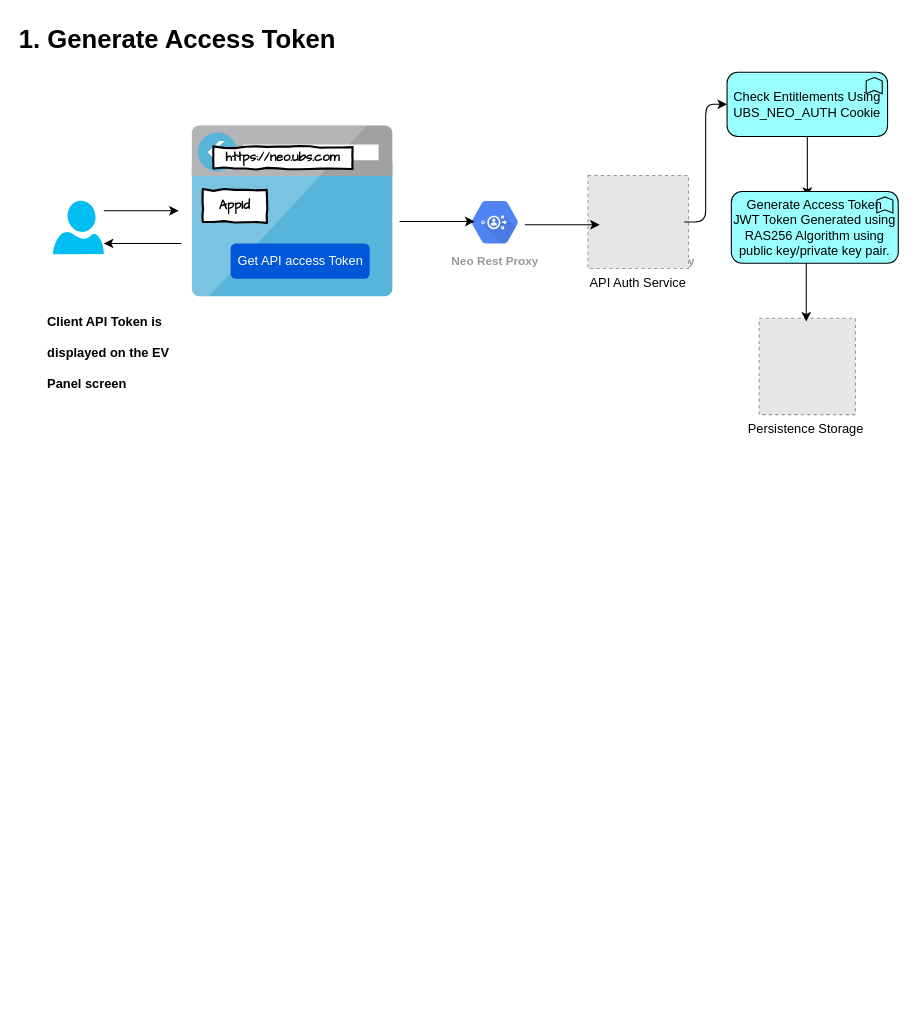
Before: ModifiedTokenGeneration.drawio in kpbindu/Diagrams, a draw.io diagram. Source tidied: cells renumbered, new cells numbered last; positions are measured from the earlier drawing's top-left corner, leaving out a move shared by most shapes. Both pictures are drawn from the tidied source at 107%, with x=0, y=0 at pixel (42, 18). Pictures stored in the file or linked from it are replaced by grey dashed boxes.
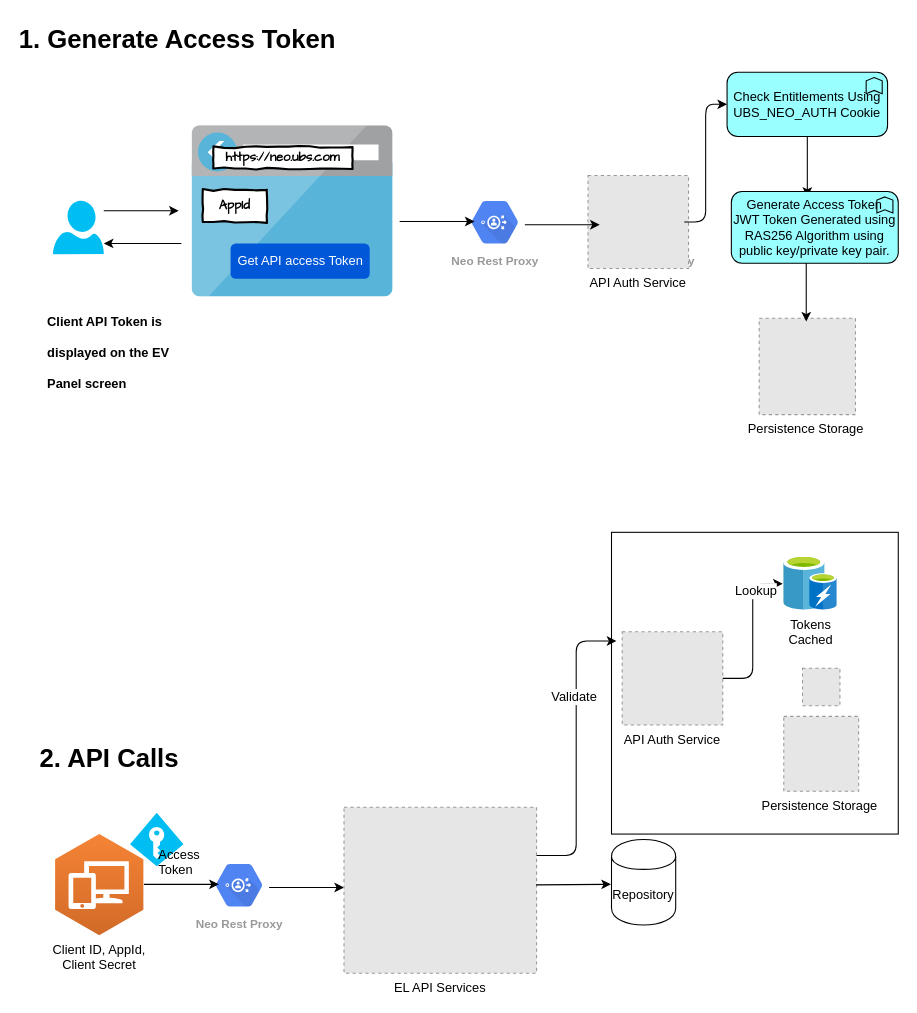
After the change.

The edit, as a diff of the source:
```diff
@@
+    <mxCell id="22" style="rounded=0;whiteSpace=wrap;html=1;" parent="1" vertex="1">
+      <mxGeometry x="532" y="480" width="268" height="282" as="geometry" />
+    </mxCell>
+    <mxCell id="23" value="Client ID, AppId,&lt;br&gt;Client Secret" style="dashed=0;verticalLabelPosition=bottom;verticalAlign=top;align=center;html=1;shape=mxgraph.aws3.workspaces;fillColor=#D16A28;gradientColor=#F58435;gradientDirection=north;" parent="1" vertex="1">
+      <mxGeometry x="12" y="762" width="82.5" height="94.5" as="geometry" />
+    </mxCell>
+    <mxCell id="24" value="Neo Rest Proxy" style="html=1;fillColor=#5184F3;strokeColor=none;verticalAlign=top;labelPosition=center;verticalLabelPosition=bottom;align=center;spacingTop=-6;fontSize=11;fontStyle=1;fontColor=#999999;shape=mxgraph.gcp2.hexIcon;prIcon=identity_aware_proxy;" parent="1" vertex="1">
+      <mxGeometry x="151" y="780.5" width="66" height="58.5" as="geometry" />
+    </mxCell>
+    <mxCell id="25" style="endArrow=classic;html=1;" parent="1" edge="1">
+      <mxGeometry relative="1" as="geometry">
+        <mxPoint x="95" y="809" as="sourcePoint" />
+        <mxPoint x="165" y="809" as="targetPoint" />
+      </mxGeometry>
+    </mxCell>
+    <mxCell id="26" style="endArrow=classic;html=1;" parent="1" edge="1">
+      <mxGeometry relative="1" as="geometry">
+        <mxPoint x="212" y="812" as="sourcePoint" />
+        <mxPoint x="282" y="812" as="targetPoint" />
+      </mxGeometry>
+    </mxCell>
+    <mxCell id="27" value="&lt;h1&gt;2. API Calls&lt;/h1&gt;" style="text;html=1;strokeColor=none;fillColor=none;spacing=5;spacingTop=-20;whiteSpace=wrap;overflow=hidden;rounded=0;" parent="1" vertex="1">
+      <mxGeometry x="-7" y="672" width="190" height="30" as="geometry" />
+    </mxCell>
+    <mxCell id="28" style="verticalLabelPosition=bottom;html=1;verticalAlign=top;align=center;strokeColor=none;fillColor=#00BEF2;shape=mxgraph.azure.access_control;" parent="1" vertex="1">
+      <mxGeometry x="82" y="742" width="50" height="50" as="geometry" />
+    </mxCell>
+    <mxCell id="29" value="Access &lt;br&gt;Token" style="text;html=1;align=left;verticalAlign=top;spacingTop=-4;" parent="1" vertex="1">
+      <mxGeometry x="107" y="772" width="60" height="30" as="geometry" />
+    </mxCell>
+    <mxCell id="30" value="EL API Services&#10;" style="fillColor=#E6E6E6;strokeColor=#999999;dashed=1;verticalLabelPosition=bottom;labelBackgroundColor=#ffffff;verticalAlign=top;" parent="1" vertex="1">
+      <mxGeometry x="282" y="737" width="180" height="155" as="geometry" />
+    </mxCell>
+    <mxCell id="31" value="Repository" style="shape=cylinder;whiteSpace=wrap;html=1;boundedLbl=1;backgroundOutline=1;" parent="1" vertex="1">
+      <mxGeometry x="532" y="767" width="60" height="80" as="geometry" />
+    </mxCell>
+    <mxCell id="32" style="endArrow=classic;html=1;" parent="1" edge="1">
+      <mxGeometry relative="1" as="geometry">
+        <mxPoint x="461.5" y="809.5" as="sourcePoint" />
+        <mxPoint x="531.5" y="809" as="targetPoint" />
+      </mxGeometry>
+    </mxCell>
+    <mxCell id="33" value="API Auth Service" style="fillColor=#E6E6E6;strokeColor=#999999;dashed=1;verticalLabelPosition=bottom;labelBackgroundColor=#ffffff;verticalAlign=top;" parent="1" vertex="1">
+      <mxGeometry x="542" y="573" width="94" height="87" as="geometry" />
+    </mxCell>
+    <mxCell id="34" value="Tokens&lt;br&gt;Cached" style="html=1;perimeter=none;align=center;shadow=0;dashed=0;image;fontSize=12;image=img/lib/mscae/Cache_including_Redis.svg;" parent="1" vertex="1">
+      <mxGeometry x="693" y="503" width="50" height="50" as="geometry" />
+    </mxCell>
+    <mxCell id="35" style="edgeStyle=elbowEdgeStyle;elbow=horizontal;endArrow=classic;html=1;exitX=1;exitY=0.5;exitDx=0;exitDy=0;" parent="1" edge="1" source="33">
+      <mxGeometry relative="1" as="geometry">
+        <mxPoint x="692" y="528" as="targetPoint" />
+      </mxGeometry>
+    </mxCell>
+    <mxCell id="36" value="Lookup" style="text;html=1;align=center;verticalAlign=middle;labelBackgroundColor=#ffffff;" parent="35" vertex="1">
+      <mxGeometry x="0.52" y="-2" relative="1" as="geometry" />
+    </mxCell>
+    <mxCell id="37" style="edgeStyle=elbowEdgeStyle;elbow=horizontal;endArrow=classic;html=1;entryX=0.017;entryY=0.36;entryDx=0;entryDy=0;entryPerimeter=0;" parent="1" edge="1" target="22">
+      <mxGeometry relative="1" as="geometry">
+        <mxPoint x="462" y="782" as="sourcePoint" />
+      </mxGeometry>
+    </mxCell>
+    <mxCell id="38" value="Validate" style="text;html=1;align=center;verticalAlign=middle;labelBackgroundColor=#ffffff;" parent="37" vertex="1">
+      <mxGeometry x="0.35" y="3" relative="1" as="geometry" />
+    </mxCell>
+    <mxCell id="39" value="Persistence Storage&amp;nbsp;" style="fillColor=#E6E6E6;strokeColor=#999999;dashed=1;html=1;verticalAlign=top;verticalLabelPosition=bottom;labelBackgroundColor=#ffffff;" parent="1" vertex="1">
+      <mxGeometry x="693" y="652" width="70" height="70" as="geometry" />
+    </mxCell>
+    <mxCell id="40" style="fillColor=#E6E6E6;strokeColor=#999999;dashed=1;html=1;verticalAlign=top;verticalLabelPosition=bottom;labelBackgroundColor=#ffffff;" parent="1" vertex="1">
+      <mxGeometry x="710.5" y="607" width="35" height="35" as="geometry" />
+    </mxCell>
```
